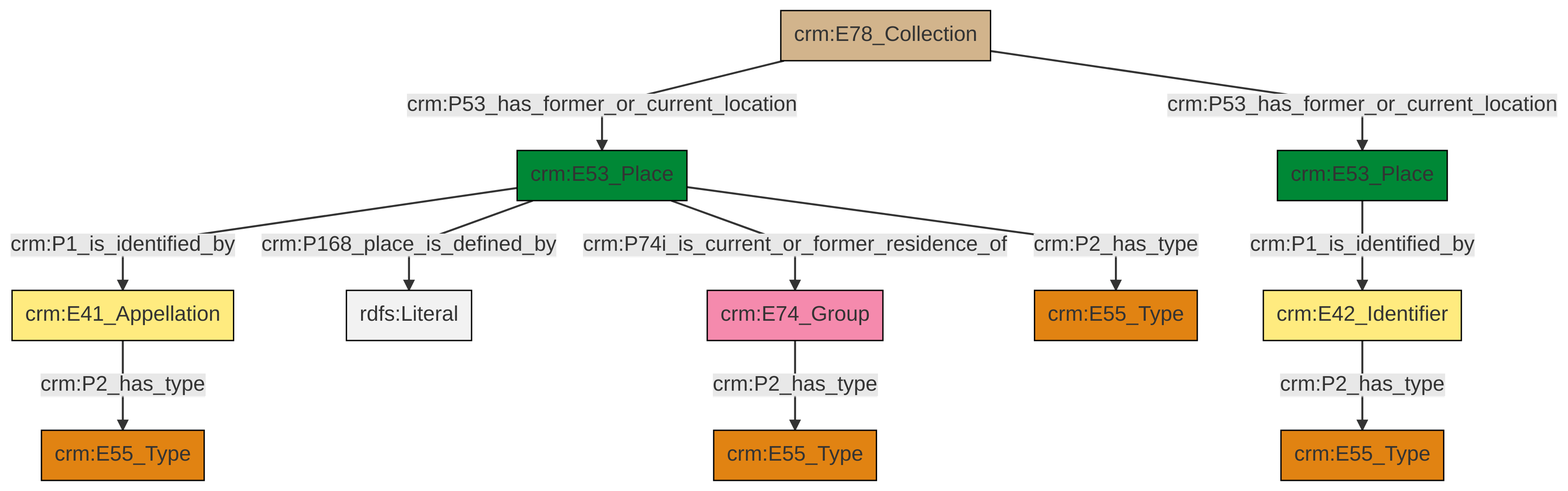
This is et/archivalCSV/ttl/mmd/png/archival_location.png from swiss-art-research-net/docs.swissartresearch, a Mermaid export, as it was before one commit. Its source is kept beside it as et/archivalCSV/ttl/mmd/archival_location.ttl.mmd.
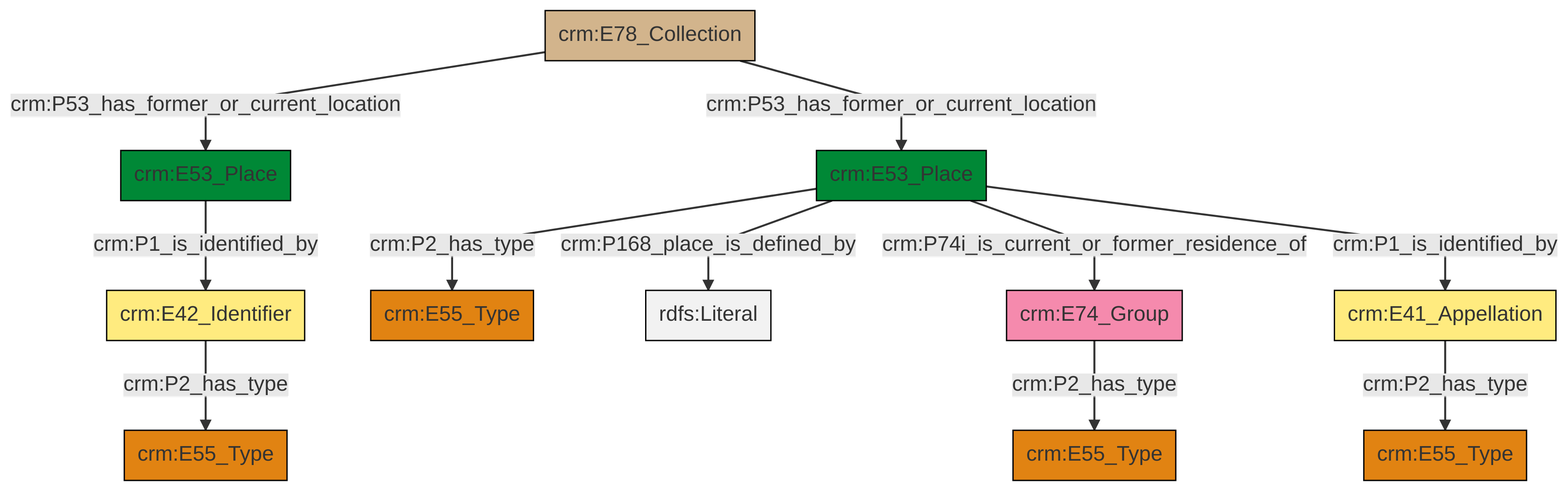
After the change.

What changed in the source:
```diff
@@ -13,13 +13,13 @@
 classDef PC_Classes fill:#4ce600, stroke:#000000;
 classDef Multi fill:#cccccc,stroke:#000000;
 
-0["crm:E53_Place"]:::Place -->|crm:P1_is_identified_by| 1["crm:E41_Appellation"]:::Appellation
-4["crm:E42_Identifier"]:::Appellation -->|crm:P2_has_type| 5["crm:E55_Type"]:::Type
-0["crm:E53_Place"]:::Place -->|crm:P168_place_is_defined_by| 11[rdfs:Literal]:::Literal
-0["crm:E53_Place"]:::Place -->|crm:P74i_is_current_or_former_residence_of| 8["crm:E74_Group"]:::Actor
-8["crm:E74_Group"]:::Actor -->|crm:P2_has_type| 14["crm:E55_Type"]:::Type
-12["crm:E78_Collection"]:::Physical_Thing -->|crm:P53_has_former_or_current_location| 0["crm:E53_Place"]:::Place
-18["crm:E53_Place"]:::Place -->|crm:P1_is_identified_by| 4["crm:E42_Identifier"]:::Appellation
-12["crm:E78_Collection"]:::Physical_Thing -->|crm:P53_has_former_or_current_location| 18["crm:E53_Place"]:::Place
-0["crm:E53_Place"]:::Place -->|crm:P2_has_type| 2["crm:E55_Type"]:::Type
-1["crm:E41_Appellation"]:::Appellation -->|crm:P2_has_type| 15["crm:E55_Type"]:::Type
+0["crm:E53_Place"]:::Place -->|crm:P2_has_type| 1["crm:E55_Type"]:::Type
+2["crm:E53_Place"]:::Place -->|crm:P1_is_identified_by| 3["crm:E42_Identifier"]:::Appellation
+15["crm:E78_Collection"]:::Physical_Thing -->|crm:P53_has_former_or_current_location| 2["crm:E53_Place"]:::Place
+15["crm:E78_Collection"]:::Physical_Thing -->|crm:P53_has_former_or_current_location| 0["crm:E53_Place"]:::Place
+18["crm:E41_Appellation"]:::Appellation -->|crm:P2_has_type| 10["crm:E55_Type"]:::Type
+12["crm:E74_Group"]:::Actor -->|crm:P2_has_type| 8["crm:E55_Type"]:::Type
+3["crm:E42_Identifier"]:::Appellation -->|crm:P2_has_type| 4["crm:E55_Type"]:::Type
+0["crm:E53_Place"]:::Place -->|crm:P168_place_is_defined_by| 19[rdfs:Literal]:::Literal
+0["crm:E53_Place"]:::Place -->|crm:P74i_is_current_or_former_residence_of| 12["crm:E74_Group"]:::Actor
+0["crm:E53_Place"]:::Place -->|crm:P1_is_identified_by| 18["crm:E41_Appellation"]:::Appellation
```
